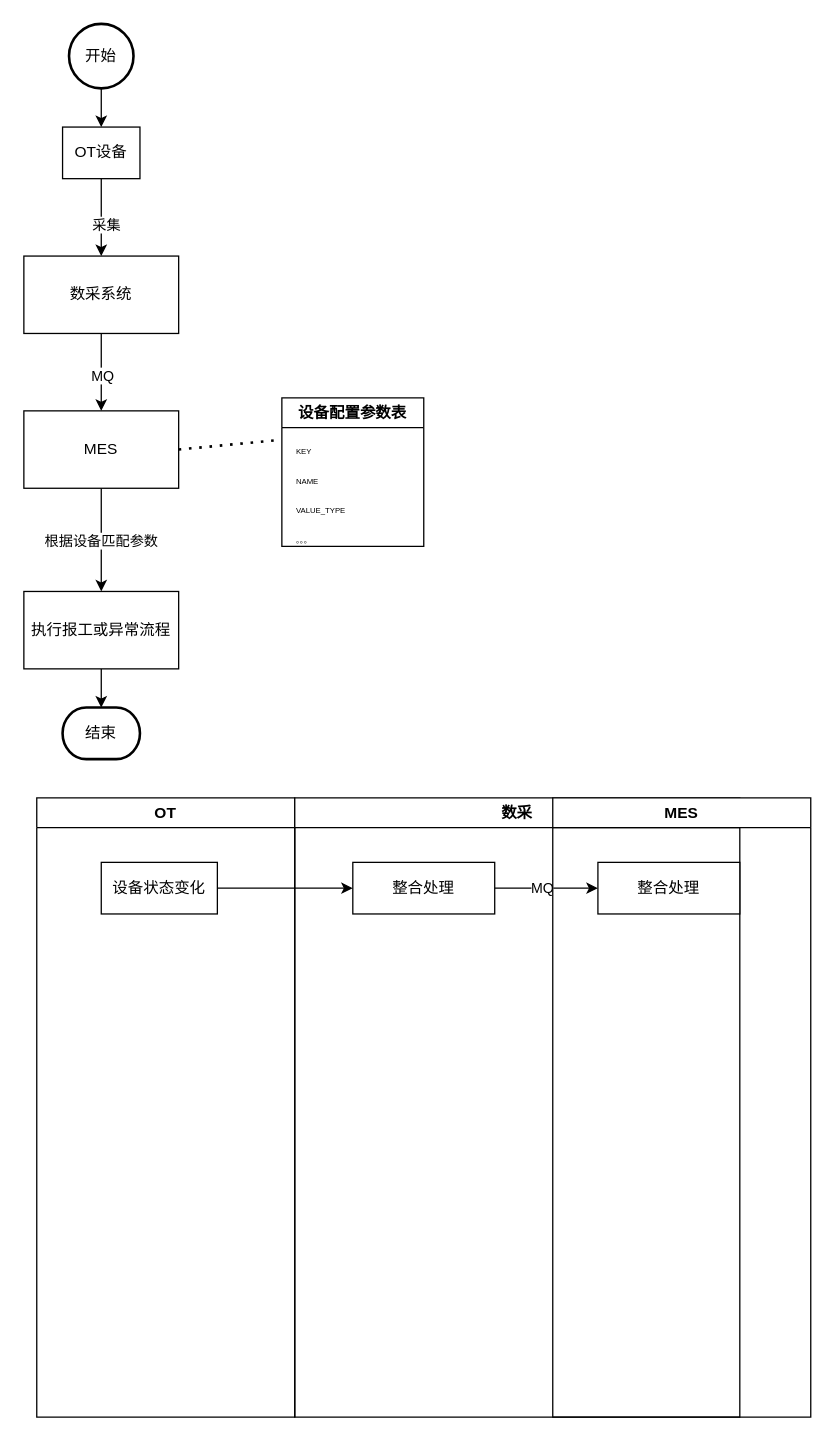
Earlier version of the draw.io diagram 未命名绘图.drawio (lhorizon/12306Python). Source tidied: cells renumbered, new cells numbered last; positions are measured from the earlier drawing's top-left corner, leaving out a move shared by most shapes. Both pictures are drawn from the tidied source at 129%, with x=0, y=0 at pixel (23, 23).
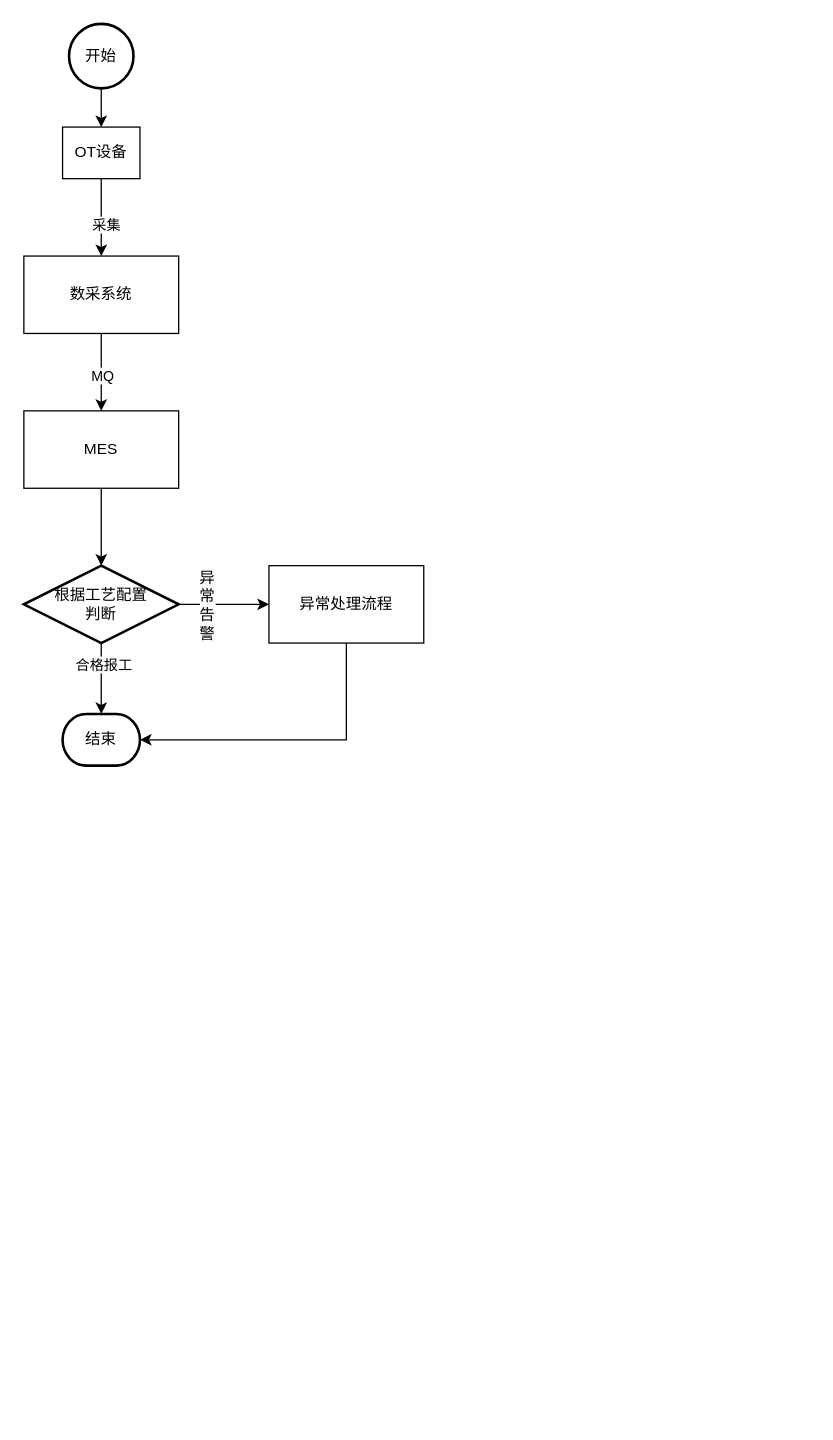
The same page after the edit.

Commit message (it also covers changes not shown here):
更新未命名绘图.drawio

The change refers to these unchanged cells:
```xml
<mxCell id="7" value="MES" style="rounded=0;whiteSpace=wrap;html=1;" parent="1" vertex="1">
  <mxGeometry y="300" width="120" height="60" as="geometry" />
</mxCell>
```

Change to the diagram source:
```diff
@@
-    <mxCell id="5" style="edgeStyle=orthogonalEdgeStyle;rounded=0;jettySize=auto;html=1;" parent="1" edge="1" source="7">
-      <mxGeometry relative="1" as="geometry">
-        <mxPoint x="60" y="440" as="targetPoint" />
-      </mxGeometry>
-    </mxCell>
-    <mxCell id="6" value="根据设备匹配参数" style="edgeLabel;html=1;align=center;verticalAlign=middle;" parent="5" vertex="1">
-      <mxGeometry x="0.03" y="-1" relative="1" as="geometry" />
-    </mxCell>
+    <mxCell id="28" style="edgeStyle=orthogonalEdgeStyle;rounded=0;jettySize=auto;html=1;" parent="1" edge="1" source="7" target="33">
+      <mxGeometry relative="1" as="geometry" />
+    </mxCell>
@@
-    <mxCell id="11" value="设备配置参数表" style="swimlane;whiteSpace=wrap;html=1;" parent="1" vertex="1">
-      <mxGeometry x="200" y="290" width="110" height="115" as="geometry" />
-    </mxCell>
-    <mxCell id="12" value="&lt;p style=&quot;margin: 0pt 0pt 0.0001pt; text-align: justify; line-height: 21px; font-family: Calibri; text-wrap-mode: wrap;&quot; class=&quot;MsoNormal&quot;&gt;&lt;span style=&quot;font-family: 宋体;&quot;&gt;&lt;font style=&quot;font-size: 6px;&quot; face=&quot;Calibri&quot;&gt;KEY&lt;/font&gt;&lt;/span&gt;&lt;/p&gt;&lt;p style=&quot;margin: 0pt 0pt 0.0001pt; text-align: justify; line-height: 21px; font-family: Calibri; text-wrap-mode: wrap;&quot; class=&quot;MsoNormal&quot;&gt;&lt;span style=&quot;font-family: 宋体;&quot;&gt;&lt;font style=&quot;font-size: 6px;&quot; face=&quot;Calibri&quot;&gt;NAME&lt;br&gt;&lt;/font&gt;&lt;/span&gt;&lt;/p&gt;&lt;p style=&quot;margin: 0pt 0pt 0.0001pt; text-align: justify; line-height: 21px; font-family: Calibri; text-wrap-mode: wrap;&quot; class=&quot;MsoNormal&quot;&gt;&lt;font style=&quot;font-size: 6px;&quot;&gt;&lt;span style=&quot;font-family: 宋体;&quot;&gt;&lt;font face=&quot;Calibri&quot;&gt;VALUE&lt;/font&gt;&lt;/span&gt;_TYPE&lt;/font&gt;&lt;/p&gt;&lt;p style=&quot;margin: 0pt 0pt 0.0001pt; text-align: justify; line-height: 21px; font-family: Calibri; text-wrap-mode: wrap;&quot; class=&quot;MsoNormal&quot;&gt;&lt;font style=&quot;font-size: 6px;&quot;&gt;。。。&lt;/font&gt;&lt;/p&gt;" style="text;html=1;align=center;verticalAlign=middle;points=[];strokeColor=none;fillColor=none;" parent="11" vertex="1">
-      <mxGeometry y="20" width="60" height="110" as="geometry" />
-    </mxCell>
-    <mxCell id="13" style="edgeStyle=orthogonalEdgeStyle;rounded=0;jettySize=auto;html=1;" parent="1" edge="1" source="14" target="27">
-      <mxGeometry relative="1" as="geometry" />
-    </mxCell>
-    <mxCell id="14" value="执行报工或异常流程" style="rounded=0;whiteSpace=wrap;html=1;" parent="1" vertex="1">
-      <mxGeometry y="440" width="120" height="60" as="geometry" />
-    </mxCell>
-    <mxCell id="15" value="OT" style="swimlane;whiteSpace=wrap;html=1;" parent="1" vertex="1">
-      <mxGeometry x="10" y="600" width="200" height="480" as="geometry" />
-    </mxCell>
-    <mxCell id="16" value="设备状态变化" style="rounded=0;whiteSpace=wrap;html=1;" parent="15" vertex="1">
-      <mxGeometry x="50" y="50" width="90" height="40" as="geometry" />
-    </mxCell>
-    <mxCell id="17" value="数采" style="swimlane;whiteSpace=wrap;html=1;" parent="1" vertex="1">
-      <mxGeometry x="210" y="600" width="345" height="480" as="geometry" />
-    </mxCell>
-    <mxCell id="18" style="edgeStyle=orthogonalEdgeStyle;rounded=0;jettySize=auto;html=1;" parent="17" edge="1" source="20" target="21">
-      <mxGeometry relative="1" as="geometry" />
-    </mxCell>
-    <mxCell id="19" value="MQ" style="edgeLabel;html=1;align=center;verticalAlign=middle;" parent="18" vertex="1">
-      <mxGeometry x="-0.1" y="1" relative="1" as="geometry" />
-    </mxCell>
-    <mxCell id="20" value="整合处理" style="rounded=0;whiteSpace=wrap;html=1;" parent="17" vertex="1">
-      <mxGeometry x="45" y="50" width="110" height="40" as="geometry" />
-    </mxCell>
-    <mxCell id="21" value="整合处理" style="rounded=0;whiteSpace=wrap;html=1;" parent="17" vertex="1">
-      <mxGeometry x="235" y="50" width="110" height="40" as="geometry" />
-    </mxCell>
-    <mxCell id="22" value="MES" style="swimlane;whiteSpace=wrap;html=1;" parent="1" vertex="1">
-      <mxGeometry x="410" y="600" width="200" height="480" as="geometry" />
-    </mxCell>
-    <mxCell id="23" style="edgeStyle=orthogonalEdgeStyle;rounded=0;jettySize=auto;html=1;" parent="1" edge="1" source="16" target="20">
-      <mxGeometry relative="1" as="geometry" />
-    </mxCell>
-    <mxCell id="24" style="endArrow=none;dashed=1;html=1;dashPattern=1 3;strokeWidth=2;rounded=0;exitX=1;exitY=0.5;exitDx=0;exitDy=0;entryX=-0.017;entryY=0.113;entryDx=0;entryDy=0;entryPerimeter=0;" parent="1" edge="1" source="7" target="12">
-      <mxGeometry relative="1" as="geometry" />
-    </mxCell>
@@
     <mxCell id="27" value="结束" style="strokeWidth=2;html=1;shape=mxgraph.flowchart.terminator;whiteSpace=wrap;" parent="1" vertex="1">
-      <mxGeometry x="30" y="530" width="60" height="40" as="geometry" />
+      <mxGeometry x="30" y="535" width="60" height="40" as="geometry" />
     </mxCell>
+    <mxCell id="29" style="edgeStyle=orthogonalEdgeStyle;rounded=0;jettySize=auto;html=1;" parent="1" edge="1" source="33" target="27">
+      <mxGeometry relative="1" as="geometry" />
+    </mxCell>
+    <mxCell id="30" value="合格报工" style="edgeLabel;html=1;align=center;verticalAlign=middle;" parent="29" vertex="1">
+      <mxGeometry x="-0.42" y="1" relative="1" as="geometry" />
+    </mxCell>
+    <mxCell id="31" style="edgeStyle=orthogonalEdgeStyle;rounded=0;jettySize=auto;html=1;" parent="1" edge="1" source="33" target="34">
+      <mxGeometry relative="1" as="geometry" />
+    </mxCell>
+    <mxCell id="32" value="&lt;span style=&quot;font-size: 12px; text-wrap-mode: wrap; background-color: rgb(251, 251, 251);&quot;&gt;异常告警&lt;/span&gt;" style="edgeLabel;html=1;align=center;verticalAlign=middle;" parent="31" vertex="1">
+      <mxGeometry x="-0.4" relative="1" as="geometry" />
+    </mxCell>
+    <mxCell id="33" value="根据工艺配置&lt;div&gt;判断&lt;/div&gt;" style="strokeWidth=2;html=1;shape=mxgraph.flowchart.decision;whiteSpace=wrap;" parent="1" vertex="1">
+      <mxGeometry y="420" width="120" height="60" as="geometry" />
+    </mxCell>
+    <mxCell id="34" value="异常处理流程" style="rounded=0;whiteSpace=wrap;html=1;" parent="1" vertex="1">
+      <mxGeometry x="190" y="420" width="120" height="60" as="geometry" />
+    </mxCell>
+    <mxCell id="35" style="edgeStyle=orthogonalEdgeStyle;rounded=0;jettySize=auto;html=1;entryX=1;entryY=0.5;entryDx=0;entryDy=0;entryPerimeter=0;" parent="1" edge="1" source="34" target="27">
+      <mxGeometry relative="1" as="geometry">
+        <Array as="points">
+          <mxPoint x="250" y="555" />
+        </Array>
+      </mxGeometry>
+    </mxCell>
```
